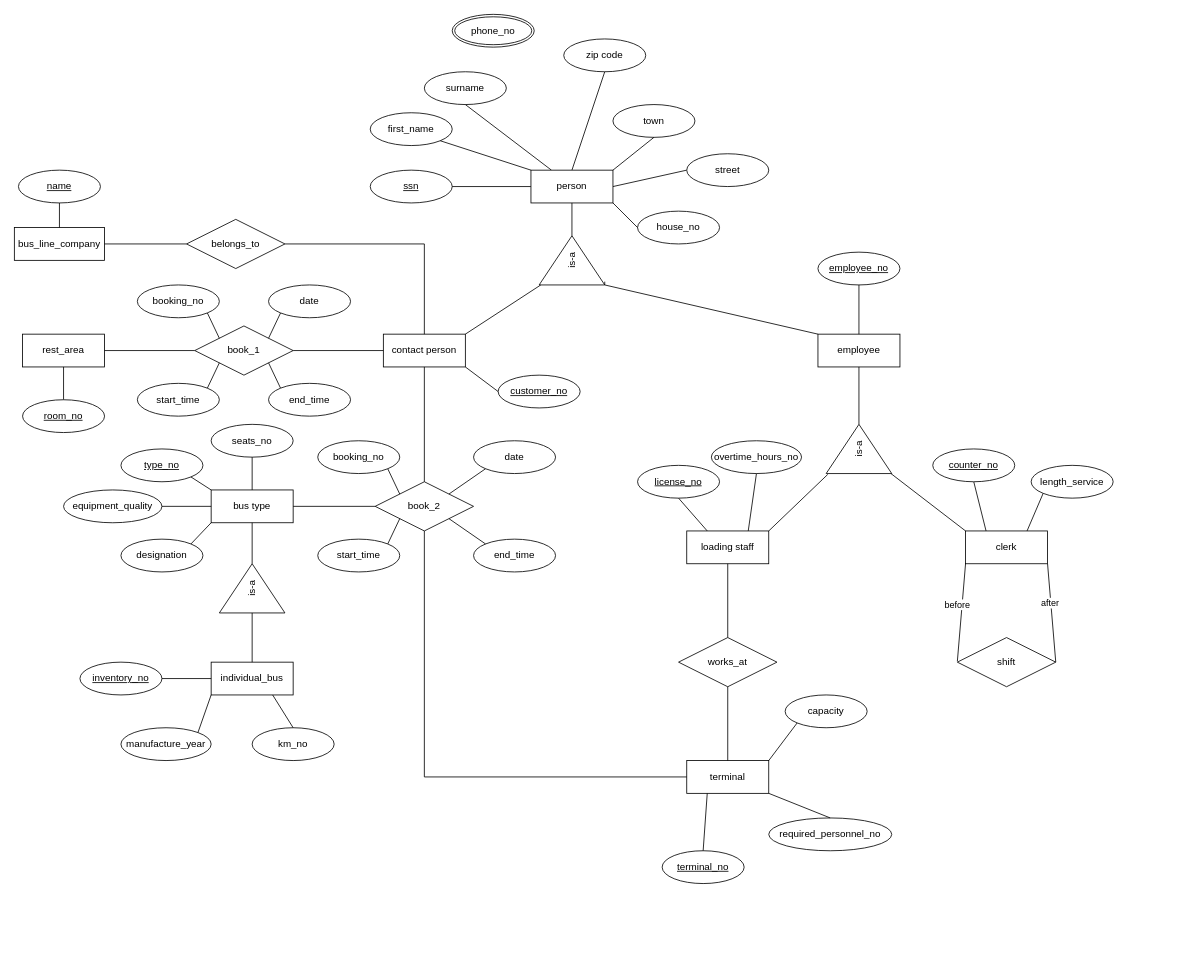
Before: ERM project_group 5.drawio in Martinaeht/DBS-Projektgruppe-5_ERM, a draw.io diagram. Source tidied: cells renumbered, new cells numbered last; positions are measured from the earlier drawing's top-left corner, leaving out a move shared by most shapes. Both pictures are drawn from the tidied source at 82%, with x=0, y=0 at pixel (14, 14).
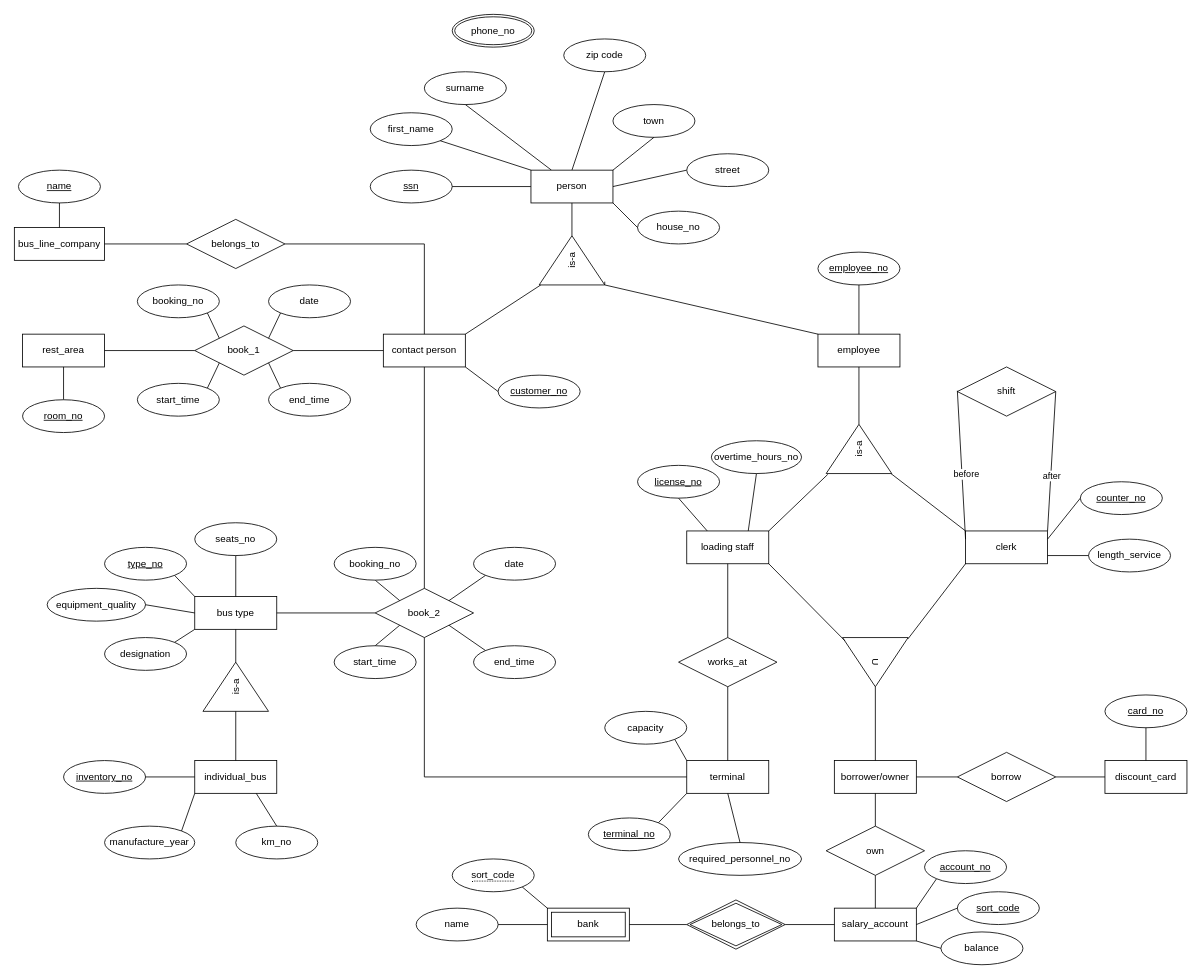
The same diagram, later.

The change refers to these unchanged cells:
```xml
<mxCell id="4" value="first_name" style="ellipse;whiteSpace=wrap;html=1;align=center;" parent="1" vertex="1">
  <mxGeometry x="434" y="120" width="100" height="40" as="geometry" />
</mxCell>
<mxCell id="16" value="person" style="whiteSpace=wrap;html=1;align=center;" parent="1" vertex="1">
  <mxGeometry x="630" y="190" width="100" height="40" as="geometry" />
</mxCell>
<mxCell id="23" value="loading staff" style="whiteSpace=wrap;html=1;align=center;" parent="1" vertex="1">
  <mxGeometry x="820" y="630" width="100" height="40" as="geometry" />
</mxCell>
<mxCell id="24" value="clerk" style="whiteSpace=wrap;html=1;align=center;" parent="1" vertex="1">
  <mxGeometry x="1160" y="630" width="100" height="40" as="geometry" />
</mxCell>
<mxCell id="45" value="terminal" style="whiteSpace=wrap;html=1;align=center;" parent="1" vertex="1">
  <mxGeometry x="820" y="910" width="100" height="40" as="geometry" />
</mxCell>
```

Diff of the diagram source:
```diff
@@
-    <mxCell id="6" style="endArrow=none;html=1;rounded=0;entryX=0;entryY=0;entryDx=0;entryDy=0;exitX=1;exitY=1;exitDx=0;exitDy=0;" parent="1" edge="1" source="4" target="16">
+    <mxCell id="6" style="endArrow=none;html=1;rounded=0;exitX=1;exitY=1;exitDx=0;exitDy=0;entryX=0;entryY=0;entryDx=0;entryDy=0;" parent="1" edge="1" source="4" target="16">
       <mxGeometry relative="1" as="geometry" />
     </mxCell>
@@
     <mxCell id="18" value="bus type" style="whiteSpace=wrap;html=1;align=center;" parent="1" vertex="1">
-      <mxGeometry x="240" y="580" width="100" height="40" as="geometry" />
+      <mxGeometry x="220" y="710" width="100" height="40" as="geometry" />
     </mxCell>
     <mxCell id="19" value="individual_bus" style="whiteSpace=wrap;html=1;align=center;" parent="1" vertex="1">
-      <mxGeometry x="240" y="790" width="100" height="40" as="geometry" />
+      <mxGeometry x="220" y="910" width="100" height="40" as="geometry" />
     </mxCell>
@@
     <mxCell id="25" value="shift" style="shape=rhombus;perimeter=rhombusPerimeter;whiteSpace=wrap;html=1;align=center;" parent="1" vertex="1">
-      <mxGeometry x="1150" y="760" width="120" height="60" as="geometry" />
+      <mxGeometry x="1150" y="430" width="120" height="60" as="geometry" />
     </mxCell>
-    <mxCell id="26" style="endArrow=none;html=1;rounded=0;exitX=1;exitY=1;exitDx=0;exitDy=0;entryX=1;entryY=0.5;entryDx=0;entryDy=0;" parent="1" edge="1" source="24" target="25">
+    <mxCell id="26" style="endArrow=none;html=1;rounded=0;exitX=1;exitY=0;exitDx=0;exitDy=0;entryX=1;entryY=0.5;entryDx=0;entryDy=0;" parent="1" edge="1" source="24" target="25">
       <mxGeometry relative="1" as="geometry" />
     </mxCell>
@@
-    <mxCell id="28" style="endArrow=none;html=1;rounded=0;entryX=0;entryY=1;entryDx=0;entryDy=0;" parent="1" edge="1" target="24">
+    <mxCell id="28" style="endArrow=none;html=1;rounded=0;entryX=0;entryY=0.25;entryDx=0;entryDy=0;" parent="1" edge="1" target="24">
       <mxGeometry relative="1" as="geometry">
-        <mxPoint x="1150" y="789" as="sourcePoint" />
+        <mxPoint x="1150" y="459" as="sourcePoint" />
       </mxGeometry>
     </mxCell>
     <mxCell id="29" value="before" style="edgeLabel;html=1;align=center;verticalAlign=middle;" parent="28" vertex="1">
       <mxGeometry x="0.3" y="4" relative="1" as="geometry">
-        <mxPoint x="-3" y="9" as="offset" />
+        <mxPoint y="-16" as="offset" />
       </mxGeometry>
     </mxCell>
     <mxCell id="30" value="length_service" style="ellipse;whiteSpace=wrap;html=1;align=center;" parent="1" vertex="1">
-      <mxGeometry x="1240" y="550" width="100" height="40" as="geometry" />
+      <mxGeometry x="1310" y="640" width="100" height="40" as="geometry" />
     </mxCell>
-    <mxCell id="31" style="endArrow=none;html=1;rounded=0;entryX=0.25;entryY=0;entryDx=0;entryDy=0;exitX=0.5;exitY=1;exitDx=0;exitDy=0;" parent="1" edge="1" source="39" target="24">
+    <mxCell id="31" style="endArrow=none;html=1;rounded=0;entryX=1;entryY=0.25;entryDx=0;entryDy=0;exitX=0;exitY=0.5;exitDx=0;exitDy=0;" parent="1" edge="1" source="39" target="24">
       <mxGeometry relative="1" as="geometry" />
     </mxCell>
-    <mxCell id="32" style="endArrow=none;html=1;rounded=0;exitX=0.75;exitY=0;exitDx=0;exitDy=0;entryX=0;entryY=1;entryDx=0;entryDy=0;" parent="1" edge="1" source="24" target="30">
+    <mxCell id="32" style="endArrow=none;html=1;rounded=0;exitX=1;exitY=0.75;exitDx=0;exitDy=0;entryX=0;entryY=0.5;entryDx=0;entryDy=0;" parent="1" edge="1" source="24" target="30">
       <mxGeometry relative="1" as="geometry" />
     </mxCell>
@@
     <mxCell id="39" value="counter_no" style="ellipse;whiteSpace=wrap;html=1;align=center;fontStyle=4;" parent="1" vertex="1">
-      <mxGeometry x="1120" y="530" width="100" height="40" as="geometry" />
+      <mxGeometry x="1300" y="570" width="100" height="40" as="geometry" />
     </mxCell>
@@
     <mxCell id="48" value="terminal_no" style="ellipse;whiteSpace=wrap;html=1;align=center;fontStyle=4;" parent="1" vertex="1">
-      <mxGeometry x="790" y="1020" width="100" height="40" as="geometry" />
+      <mxGeometry x="700" y="980" width="100" height="40" as="geometry" />
     </mxCell>
-    <mxCell id="49" style="endArrow=none;html=1;rounded=0;exitX=0.5;exitY=0;exitDx=0;exitDy=0;entryX=0.25;entryY=1;entryDx=0;entryDy=0;" parent="1" edge="1" source="48" target="45">
+    <mxCell id="49" style="endArrow=none;html=1;rounded=0;exitX=1;exitY=0;exitDx=0;exitDy=0;entryX=0;entryY=1;entryDx=0;entryDy=0;" parent="1" edge="1" source="48" target="45">
       <mxGeometry relative="1" as="geometry" />
     </mxCell>
     <mxCell id="50" value="required_personnel_no" style="ellipse;whiteSpace=wrap;html=1;align=center;" parent="1" vertex="1">
-      <mxGeometry x="920" y="980" width="150" height="40" as="geometry" />
+      <mxGeometry x="810" y="1010" width="150" height="40" as="geometry" />
     </mxCell>
-    <mxCell id="51" style="endArrow=none;html=1;rounded=0;exitX=0.5;exitY=0;exitDx=0;exitDy=0;entryX=1;entryY=1;entryDx=0;entryDy=0;" parent="1" edge="1" source="50" target="45">
+    <mxCell id="51" style="endArrow=none;html=1;rounded=0;exitX=0.5;exitY=0;exitDx=0;exitDy=0;entryX=0.5;entryY=1;entryDx=0;entryDy=0;" parent="1" edge="1" source="50" target="45">
       <mxGeometry relative="1" as="geometry" />
     </mxCell>
     <mxCell id="52" value="capacity" style="ellipse;whiteSpace=wrap;html=1;align=center;" parent="1" vertex="1">
-      <mxGeometry x="940" y="830" width="100" height="40" as="geometry" />
+      <mxGeometry x="720" y="850" width="100" height="40" as="geometry" />
     </mxCell>
-    <mxCell id="53" style="endArrow=none;html=1;rounded=0;exitX=1;exitY=0;exitDx=0;exitDy=0;entryX=0;entryY=1;entryDx=0;entryDy=0;" parent="1" edge="1" source="45" target="52">
+    <mxCell id="53" style="endArrow=none;html=1;rounded=0;exitX=0;exitY=0;exitDx=0;exitDy=0;entryX=1;entryY=1;entryDx=0;entryDy=0;" parent="1" edge="1" source="45" target="52">
       <mxGeometry relative="1" as="geometry" />
     </mxCell>
     <mxCell id="54" value="book_2" style="shape=rhombus;perimeter=rhombusPerimeter;whiteSpace=wrap;html=1;align=center;" parent="1" vertex="1">
-      <mxGeometry x="440" y="570" width="120" height="60" as="geometry" />
+      <mxGeometry x="440" y="700" width="120" height="60" as="geometry" />
     </mxCell>
@@
     <mxCell id="57" value="is-a" style="triangle;whiteSpace=wrap;html=1;rotation=-90;" parent="1" vertex="1">
-      <mxGeometry x="260" y="660" width="60" height="80" as="geometry" />
+      <mxGeometry x="240" y="780" width="60" height="80" as="geometry" />
     </mxCell>
@@
-    <mxCell id="86" value="booking_no" style="ellipse;whiteSpace=wrap;html=1;align=center;" parent="1" vertex="1">
-      <mxGeometry x="370" y="520" width="100" height="40" as="geometry" />
-    </mxCell>
     <mxCell id="87" value="date" style="ellipse;whiteSpace=wrap;html=1;align=center;" parent="1" vertex="1">
-      <mxGeometry x="560" y="520" width="100" height="40" as="geometry" />
+      <mxGeometry x="560" y="650" width="100" height="40" as="geometry" />
     </mxCell>
-    <mxCell id="88" value="start_time" style="ellipse;whiteSpace=wrap;html=1;align=center;" parent="1" vertex="1">
-      <mxGeometry x="370" y="640" width="100" height="40" as="geometry" />
-    </mxCell>
     <mxCell id="89" value="end_time" style="ellipse;whiteSpace=wrap;html=1;align=center;" parent="1" vertex="1">
-      <mxGeometry x="560" y="640" width="100" height="40" as="geometry" />
+      <mxGeometry x="560" y="770" width="100" height="40" as="geometry" />
     </mxCell>
-    <mxCell id="90" style="endArrow=none;html=1;rounded=0;exitX=1;exitY=1;exitDx=0;exitDy=0;entryX=0;entryY=0;entryDx=0;entryDy=0;" parent="1" edge="1" source="86" target="54">
+    <mxCell id="90" style="endArrow=none;html=1;rounded=0;exitX=0.5;exitY=1;exitDx=0;exitDy=0;entryX=0;entryY=0;entryDx=0;entryDy=0;" parent="1" edge="1" source="86" target="54">
       <mxGeometry relative="1" as="geometry" />
     </mxCell>
-    <mxCell id="91" style="endArrow=none;html=1;rounded=0;exitX=1;exitY=0;exitDx=0;exitDy=0;entryX=0;entryY=1;entryDx=0;entryDy=0;" parent="1" edge="1" source="88" target="54">
+    <mxCell id="91" style="endArrow=none;html=1;rounded=0;exitX=0.5;exitY=0;exitDx=0;exitDy=0;entryX=0;entryY=1;entryDx=0;entryDy=0;" parent="1" edge="1" source="88" target="54">
       <mxGeometry relative="1" as="geometry" />
     </mxCell>
@@
     <mxCell id="94" value="type_no" style="ellipse;whiteSpace=wrap;html=1;align=center;fontStyle=4;" parent="1" vertex="1">
-      <mxGeometry x="130" y="530" width="100" height="40" as="geometry" />
+      <mxGeometry x="110" y="650" width="100" height="40" as="geometry" />
     </mxCell>
     <mxCell id="95" value="equipment_quality" style="ellipse;whiteSpace=wrap;html=1;align=center;" parent="1" vertex="1">
-      <mxGeometry x="60" y="580" width="120" height="40" as="geometry" />
+      <mxGeometry x="40" y="700" width="120" height="40" as="geometry" />
     </mxCell>
     <mxCell id="96" value="seats_no" style="ellipse;whiteSpace=wrap;html=1;align=center;" parent="1" vertex="1">
-      <mxGeometry x="240" y="500" width="100" height="40" as="geometry" />
+      <mxGeometry x="220" y="620" width="100" height="40" as="geometry" />
     </mxCell>
     <mxCell id="97" value="designation" style="ellipse;whiteSpace=wrap;html=1;align=center;" parent="1" vertex="1">
-      <mxGeometry x="130" y="640" width="100" height="40" as="geometry" />
+      <mxGeometry x="110" y="760" width="100" height="40" as="geometry" />
     </mxCell>
@@
     <mxCell id="102" value="manufacture_year" style="ellipse;whiteSpace=wrap;html=1;align=center;" parent="1" vertex="1">
-      <mxGeometry x="130" y="870" width="110" height="40" as="geometry" />
+      <mxGeometry x="110" y="990" width="110" height="40" as="geometry" />
     </mxCell>
     <mxCell id="103" value="inventory_no" style="ellipse;whiteSpace=wrap;html=1;align=center;fontStyle=4;" parent="1" vertex="1">
-      <mxGeometry x="80" y="790" width="100" height="40" as="geometry" />
+      <mxGeometry x="60" y="910" width="100" height="40" as="geometry" />
     </mxCell>
     <mxCell id="104" value="km_no" style="ellipse;whiteSpace=wrap;html=1;align=center;" parent="1" vertex="1">
-      <mxGeometry x="290" y="870" width="100" height="40" as="geometry" />
+      <mxGeometry x="270" y="990" width="100" height="40" as="geometry" />
     </mxCell>
@@
+    <mxCell id="108" style="endArrow=none;html=1;rounded=0;exitX=1;exitY=0;exitDx=0;exitDy=0;entryX=0;entryY=1;entryDx=0;entryDy=0;" parent="1" edge="1" target="88">
+      <mxGeometry relative="1" as="geometry">
+        <mxPoint x="455.1" y="775.8" as="sourcePoint" />
+      </mxGeometry>
+    </mxCell>
+    <mxCell id="88" value="start_time" style="ellipse;whiteSpace=wrap;html=1;align=center;" parent="1" vertex="1">
+      <mxGeometry x="390" y="770" width="100" height="40" as="geometry" />
+    </mxCell>
+    <mxCell id="109" style="endArrow=none;html=1;rounded=0;exitX=1;exitY=1;exitDx=0;exitDy=0;entryX=0;entryY=0;entryDx=0;entryDy=0;" parent="1" edge="1" target="86">
+      <mxGeometry relative="1" as="geometry">
+        <mxPoint x="455.1" y="684.2" as="sourcePoint" />
+      </mxGeometry>
+    </mxCell>
+    <mxCell id="86" value="booking_no" style="ellipse;whiteSpace=wrap;html=1;align=center;" parent="1" vertex="1">
+      <mxGeometry x="390" y="650" width="100" height="40" as="geometry" />
+    </mxCell>
+    <mxCell id="110" value="U" style="triangle;whiteSpace=wrap;html=1;rotation=90;" parent="1" vertex="1">
+      <mxGeometry x="1020" y="750" width="60" height="80" as="geometry" />
+    </mxCell>
+    <mxCell id="111" value="borrower/owner" style="whiteSpace=wrap;html=1;align=center;" parent="1" vertex="1">
+      <mxGeometry x="1000" y="910" width="100" height="40" as="geometry" />
+    </mxCell>
+    <mxCell id="112" value="discount_card" style="whiteSpace=wrap;html=1;align=center;" parent="1" vertex="1">
+      <mxGeometry x="1330" y="910" width="100" height="40" as="geometry" />
+    </mxCell>
+    <mxCell id="113" value="borrow" style="shape=rhombus;perimeter=rhombusPerimeter;whiteSpace=wrap;html=1;align=center;" parent="1" vertex="1">
+      <mxGeometry x="1150" y="900" width="120" height="60" as="geometry" />
+    </mxCell>
+    <mxCell id="114" value="card_no" style="ellipse;whiteSpace=wrap;html=1;align=center;fontStyle=4;" parent="1" vertex="1">
+      <mxGeometry x="1330" y="830" width="100" height="40" as="geometry" />
+    </mxCell>
+    <mxCell id="115" style="endArrow=none;html=1;rounded=0;exitX=1;exitY=1;exitDx=0;exitDy=0;entryX=0.067;entryY=0.963;entryDx=0;entryDy=0;entryPerimeter=0;" parent="1" edge="1" source="23" target="110">
+      <mxGeometry relative="1" as="geometry" />
+    </mxCell>
+    <mxCell id="116" style="endArrow=none;html=1;rounded=0;exitX=0;exitY=1;exitDx=0;exitDy=0;entryX=0.027;entryY=0.003;entryDx=0;entryDy=0;entryPerimeter=0;" parent="1" edge="1" source="24" target="110">
+      <mxGeometry relative="1" as="geometry" />
+    </mxCell>
+    <mxCell id="117" style="endArrow=none;html=1;rounded=0;exitX=0.5;exitY=0;exitDx=0;exitDy=0;entryX=1;entryY=0.5;entryDx=0;entryDy=0;" parent="1" edge="1" source="111" target="110">
+      <mxGeometry relative="1" as="geometry" />
+    </mxCell>
+    <mxCell id="118" style="endArrow=none;html=1;rounded=0;exitX=1;exitY=0.5;exitDx=0;exitDy=0;entryX=0;entryY=0.5;entryDx=0;entryDy=0;" parent="1" edge="1" source="111" target="113">
+      <mxGeometry relative="1" as="geometry" />
+    </mxCell>
+    <mxCell id="119" style="endArrow=none;html=1;rounded=0;exitX=1;exitY=0.5;exitDx=0;exitDy=0;entryX=0;entryY=0.5;entryDx=0;entryDy=0;" parent="1" edge="1" source="113" target="112">
+      <mxGeometry relative="1" as="geometry" />
+    </mxCell>
+    <mxCell id="120" style="endArrow=none;html=1;rounded=0;exitX=0.5;exitY=0;exitDx=0;exitDy=0;entryX=0.5;entryY=1;entryDx=0;entryDy=0;" parent="1" edge="1" source="112" target="114">
+      <mxGeometry relative="1" as="geometry" />
+    </mxCell>
+    <mxCell id="121" value="own" style="shape=rhombus;perimeter=rhombusPerimeter;whiteSpace=wrap;html=1;align=center;" parent="1" vertex="1">
+      <mxGeometry x="990" y="990" width="120" height="60" as="geometry" />
+    </mxCell>
+    <mxCell id="122" value="salary_account" style="whiteSpace=wrap;html=1;align=center;" parent="1" vertex="1">
+      <mxGeometry x="1000" y="1090" width="100" height="40" as="geometry" />
+    </mxCell>
+    <mxCell id="123" value="belongs_to" style="shape=rhombus;double=1;perimeter=rhombusPerimeter;whiteSpace=wrap;html=1;align=center;" parent="1" vertex="1">
+      <mxGeometry x="820" y="1080" width="120" height="60" as="geometry" />
+    </mxCell>
+    <mxCell id="124" value="bank" style="shape=ext;margin=3;double=1;whiteSpace=wrap;html=1;align=center;" parent="1" vertex="1">
+      <mxGeometry x="650" y="1090" width="100" height="40" as="geometry" />
+    </mxCell>
+    <mxCell id="125" style="endArrow=none;html=1;rounded=0;exitX=0.5;exitY=1;exitDx=0;exitDy=0;entryX=0.5;entryY=0;entryDx=0;entryDy=0;" parent="1" edge="1" source="111" target="121">
+      <mxGeometry relative="1" as="geometry" />
+    </mxCell>
+    <mxCell id="126" style="endArrow=none;html=1;rounded=0;exitX=0.5;exitY=1;exitDx=0;exitDy=0;entryX=0.5;entryY=0;entryDx=0;entryDy=0;" parent="1" edge="1" source="121" target="122">
+      <mxGeometry relative="1" as="geometry" />
+    </mxCell>
+    <mxCell id="127" style="endArrow=none;html=1;rounded=0;exitX=1;exitY=0.5;exitDx=0;exitDy=0;entryX=0;entryY=0.5;entryDx=0;entryDy=0;" parent="1" edge="1" source="123" target="122">
+      <mxGeometry relative="1" as="geometry" />
+    </mxCell>
+    <mxCell id="128" style="endArrow=none;html=1;rounded=0;exitX=1;exitY=0.5;exitDx=0;exitDy=0;entryX=0;entryY=0.5;entryDx=0;entryDy=0;" parent="1" edge="1" source="124" target="123">
+      <mxGeometry relative="1" as="geometry" />
+    </mxCell>
+    <mxCell id="129" value="account_no" style="ellipse;whiteSpace=wrap;html=1;align=center;fontStyle=4;" parent="1" vertex="1">
+      <mxGeometry x="1110" y="1020" width="100" height="40" as="geometry" />
+    </mxCell>
+    <mxCell id="130" value="sort_code" style="ellipse;whiteSpace=wrap;html=1;align=center;fontStyle=4;" parent="1" vertex="1">
+      <mxGeometry x="1150" y="1070" width="100" height="40" as="geometry" />
+    </mxCell>
+    <mxCell id="131" value="balance" style="ellipse;whiteSpace=wrap;html=1;align=center;" parent="1" vertex="1">
+      <mxGeometry x="1130" y="1119" width="100" height="40" as="geometry" />
+    </mxCell>
+    <mxCell id="132" value="&lt;span style=&quot;border-bottom: 1px dotted&quot;&gt;sort_code&lt;/span&gt;" style="ellipse;whiteSpace=wrap;html=1;align=center;" parent="1" vertex="1">
+      <mxGeometry x="534" y="1030" width="100" height="40" as="geometry" />
+    </mxCell>
+    <mxCell id="133" value="name" style="ellipse;whiteSpace=wrap;html=1;align=center;" parent="1" vertex="1">
+      <mxGeometry x="490" y="1090" width="100" height="40" as="geometry" />
+    </mxCell>
+    <mxCell id="134" style="endArrow=none;html=1;rounded=0;exitX=1;exitY=1;exitDx=0;exitDy=0;entryX=0;entryY=0;entryDx=0;entryDy=0;" parent="1" edge="1" source="132" target="124">
+      <mxGeometry relative="1" as="geometry" />
+    </mxCell>
+    <mxCell id="135" style="endArrow=none;html=1;rounded=0;exitX=1;exitY=0.5;exitDx=0;exitDy=0;entryX=0;entryY=0.5;entryDx=0;entryDy=0;" parent="1" edge="1" source="133" target="124">
+      <mxGeometry relative="1" as="geometry" />
+    </mxCell>
+    <mxCell id="136" style="endArrow=none;html=1;rounded=0;exitX=1;exitY=0;exitDx=0;exitDy=0;entryX=0;entryY=1;entryDx=0;entryDy=0;" parent="1" edge="1" source="122" target="129">
+      <mxGeometry relative="1" as="geometry" />
+    </mxCell>
+    <mxCell id="137" style="endArrow=none;html=1;rounded=0;exitX=1;exitY=0.5;exitDx=0;exitDy=0;entryX=0;entryY=0.5;entryDx=0;entryDy=0;" parent="1" edge="1" source="122" target="130">
+      <mxGeometry relative="1" as="geometry" />
+    </mxCell>
+    <mxCell id="138" style="endArrow=none;html=1;rounded=0;exitX=1;exitY=1;exitDx=0;exitDy=0;entryX=0;entryY=0.5;entryDx=0;entryDy=0;" parent="1" edge="1" source="122" target="131">
+      <mxGeometry relative="1" as="geometry" />
+    </mxCell>
```
